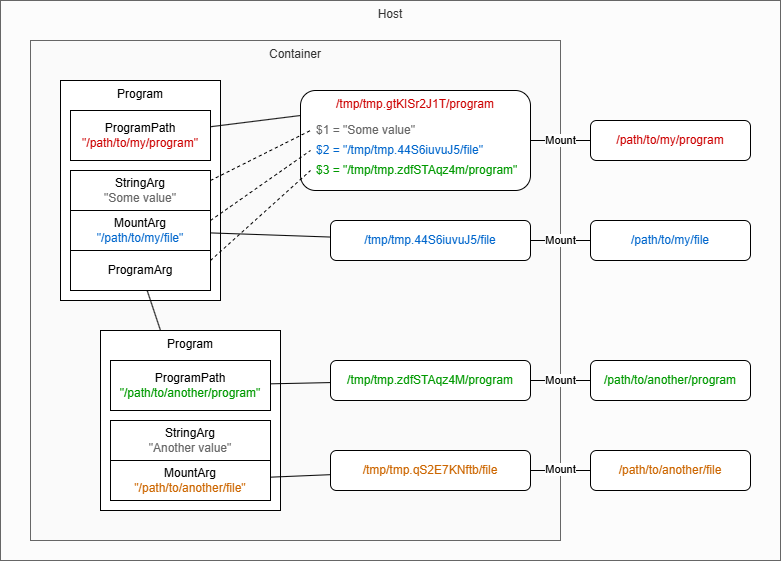
The draw.io diagram m2/doc/program.png in dstodev/factorio-server, before a commit. Source tidied: cells renumbered, new cells last; positions are measured from the earlier drawing's top-left corner, leaving out a move shared by most shapes.
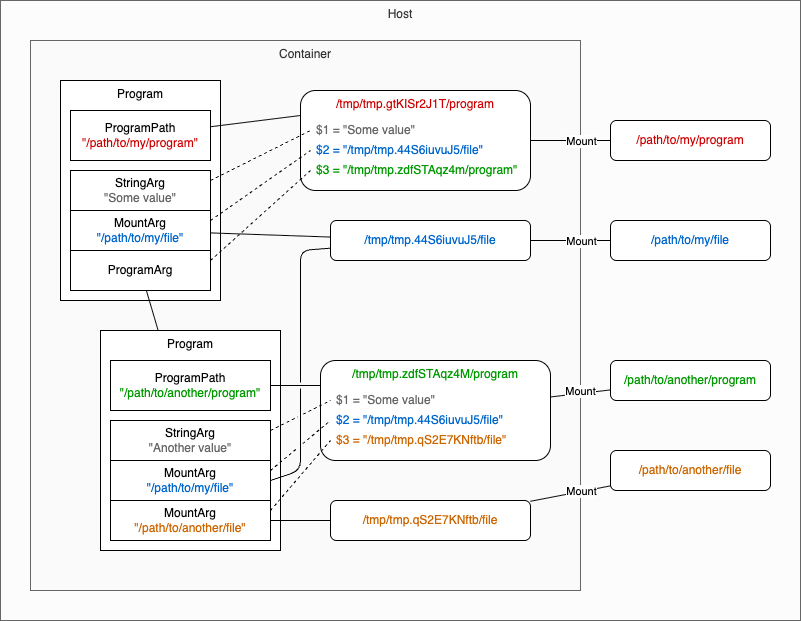
After the change.

What changed in the source:
```diff
@@ -3,16 +3,16 @@
     <mxCell id="0" />
     <mxCell id="1" parent="0" />
     <mxCell id="2" value="Host" style="rounded=0;whiteSpace=wrap;html=1;verticalAlign=top;fillColor=#FCFCFC;fontColor=#333333;strokeColor=#666666;" parent="1" vertex="1">
-      <mxGeometry width="780" height="560" as="geometry" />
+      <mxGeometry width="800" height="620" as="geometry" />
     </mxCell>
     <mxCell id="3" value="Container" style="rounded=0;whiteSpace=wrap;html=1;verticalAlign=top;fillColor=#FAFAFA;fontColor=#333333;strokeColor=#666666;" parent="1" vertex="1">
-      <mxGeometry x="30" y="40" width="530" height="500" as="geometry" />
+      <mxGeometry x="30" y="40" width="550" height="550" as="geometry" />
     </mxCell>
     <mxCell id="4" value="/path/to/my/file" style="rounded=1;whiteSpace=wrap;html=1;fontColor=#0066CC;" parent="1" vertex="1">
-      <mxGeometry x="590" y="220" width="160" height="40" as="geometry" />
+      <mxGeometry x="610" y="220" width="160" height="40" as="geometry" />
     </mxCell>
     <mxCell id="5" value="/path/to/another/program" style="rounded=1;whiteSpace=wrap;html=1;fontColor=#009900;" parent="1" vertex="1">
-      <mxGeometry x="590" y="360" width="160" height="40" as="geometry" />
+      <mxGeometry x="610" y="360" width="160" height="40" as="geometry" />
     </mxCell>
     <mxCell id="6" value="Program" style="rounded=0;whiteSpace=wrap;html=1;verticalAlign=top;" parent="1" vertex="1">
       <mxGeometry x="60" y="80" width="160" height="220" as="geometry" />
@@ -41,17 +41,17 @@
     <mxCell id="14" value="ProgramArg" style="rounded=0;whiteSpace=wrap;html=1;" parent="1" vertex="1">
       <mxGeometry x="70" y="250" width="140" height="40" as="geometry" />
     </mxCell>
-    <mxCell id="15" value="/tmp/tmp.zdfSTAqz4M/program" style="rounded=1;whiteSpace=wrap;html=1;fontColor=#009900;" parent="1" vertex="1">
-      <mxGeometry x="330" y="360" width="200" height="40" as="geometry" />
+    <mxCell id="15" value="/tmp/tmp.zdfSTAqz4M/program" style="rounded=1;whiteSpace=wrap;html=1;fontColor=#009900;verticalAlign=top;" parent="1" vertex="1">
+      <mxGeometry x="320" y="360" width="230" height="100" as="geometry" />
     </mxCell>
     <mxCell id="16" value="Program" style="rounded=0;whiteSpace=wrap;html=1;verticalAlign=top;" parent="1" vertex="1">
-      <mxGeometry x="100" y="330" width="180" height="180" as="geometry" />
+      <mxGeometry x="100" y="330" width="180" height="220" as="geometry" />
     </mxCell>
     <mxCell id="17" value="StringArg&lt;div&gt;&lt;font style=&quot;color: rgb(102, 102, 102);&quot;&gt;&quot;Another value&quot;&lt;/font&gt;&lt;/div&gt;" style="rounded=0;whiteSpace=wrap;html=1;" parent="1" vertex="1">
       <mxGeometry x="110" y="420" width="160" height="40" as="geometry" />
     </mxCell>
     <mxCell id="18" value="MountArg&lt;div&gt;&lt;font style=&quot;color: rgb(204, 102, 0);&quot;&gt;&quot;/path/to/another/file&quot;&lt;/font&gt;&lt;/div&gt;" style="rounded=0;whiteSpace=wrap;html=1;" parent="1" vertex="1">
-      <mxGeometry x="110" y="460" width="160" height="40" as="geometry" />
+      <mxGeometry x="110" y="500" width="160" height="40" as="geometry" />
     </mxCell>
     <mxCell id="19" value="ProgramPath&lt;div&gt;&lt;font style=&quot;color: rgb(0, 153, 0);&quot;&gt;&quot;/path/to/another/program&quot;&lt;/font&gt;&lt;/div&gt;" style="rounded=0;whiteSpace=wrap;html=1;" parent="1" vertex="1">
       <mxGeometry x="110" y="360" width="160" height="50" as="geometry" />
@@ -62,21 +62,21 @@
     <mxCell id="21" style="endArrow=none;html=1;" parent="1" edge="1" source="18" target="24">
       <mxGeometry relative="1" as="geometry" />
     </mxCell>
-    <mxCell id="22" style="endArrow=none;html=1;" parent="1" edge="1" source="19" target="15">
+    <mxCell id="22" style="endArrow=none;html=1;entryX=0;entryY=0.25;entryDx=0;entryDy=0;" parent="1" edge="1" source="19" target="15">
       <mxGeometry relative="1" as="geometry" />
     </mxCell>
     <mxCell id="23" value="/path/to/another/file" style="rounded=1;whiteSpace=wrap;html=1;fontColor=#CC6600;" parent="1" vertex="1">
-      <mxGeometry x="590" y="450" width="160" height="40" as="geometry" />
+      <mxGeometry x="610" y="450" width="160" height="40" as="geometry" />
     </mxCell>
     <mxCell id="24" value="/tmp/tmp.qS2E7KNftb/file" style="rounded=1;whiteSpace=wrap;html=1;fontColor=#CC6600;" parent="1" vertex="1">
-      <mxGeometry x="330" y="450" width="200" height="40" as="geometry" />
+      <mxGeometry x="330" y="500" width="200" height="40" as="geometry" />
     </mxCell>
     <mxCell id="25" style="endArrow=none;html=1;" parent="1" edge="1" source="24" target="23">
       <mxGeometry relative="1" as="geometry" />
     </mxCell>
     <mxCell id="26" value="Mount" style="edgeLabel;html=1;align=center;verticalAlign=middle;" parent="25" vertex="1">
       <mxGeometry x="-0.46" y="1" relative="1" as="geometry">
-        <mxPoint x="14" as="offset" />
+        <mxPoint x="29" y="-5" as="offset" />
       </mxGeometry>
     </mxCell>
     <mxCell id="27" style="endArrow=none;html=1;" parent="1" edge="1" source="12" target="33">
@@ -84,7 +84,7 @@
     </mxCell>
     <mxCell id="28" value="Mount" style="edgeLabel;html=1;align=center;verticalAlign=middle;" parent="27" vertex="1">
       <mxGeometry x="-0.24" relative="1" as="geometry">
-        <mxPoint x="7" as="offset" />
+        <mxPoint x="19" as="offset" />
       </mxGeometry>
     </mxCell>
     <mxCell id="29" style="endArrow=none;html=1;" parent="1" edge="1" source="9" target="4">
@@ -92,7 +92,7 @@
     </mxCell>
     <mxCell id="30" value="Mount" style="edgeLabel;html=1;align=center;verticalAlign=middle;" parent="29" vertex="1">
       <mxGeometry x="-0.21" y="2" relative="1" as="geometry">
-        <mxPoint x="6" y="2" as="offset" />
+        <mxPoint x="18" y="2" as="offset" />
       </mxGeometry>
     </mxCell>
     <mxCell id="31" style="endArrow=none;html=1;" parent="1" edge="1" source="15" target="5">
@@ -100,11 +100,11 @@
     </mxCell>
     <mxCell id="32" value="Mount" style="edgeLabel;html=1;align=center;verticalAlign=middle;" parent="31" vertex="1">
       <mxGeometry x="-0.39" relative="1" as="geometry">
-        <mxPoint x="12" as="offset" />
+        <mxPoint x="12" y="-4" as="offset" />
       </mxGeometry>
     </mxCell>
     <mxCell id="33" value="&lt;font style=&quot;color: rgb(204, 0, 0);&quot;&gt;/path/to/my/program&lt;/font&gt;" style="rounded=1;whiteSpace=wrap;html=1;" parent="1" vertex="1">
-      <mxGeometry x="590" y="120" width="160" height="40" as="geometry" />
+      <mxGeometry x="610" y="120" width="160" height="40" as="geometry" />
     </mxCell>
     <mxCell id="34" style="swimlane;fontStyle=0;horizontal=1;startSize=0;whiteSpace=wrap;html=1;strokeColor=none;" parent="1" vertex="1">
       <mxGeometry x="310" y="120" width="220" height="60" as="geometry" />
@@ -127,5 +127,34 @@
     <mxCell id="40" style="endArrow=none;dashed=1;html=1;exitX=1;exitY=0.25;exitDx=0;exitDy=0;entryX=0;entryY=0.5;entryDx=0;entryDy=0;" parent="1" edge="1" source="14" target="37">
       <mxGeometry relative="1" as="geometry" />
     </mxCell>
+    <mxCell id="41" value="MountArg&lt;div&gt;&lt;font style=&quot;color: rgb(0, 102, 204);&quot;&gt;&quot;/path/to/my/file&quot;&lt;/font&gt;&lt;/div&gt;" style="rounded=0;whiteSpace=wrap;html=1;" parent="1" vertex="1">
+      <mxGeometry x="110" y="460" width="160" height="40" as="geometry" />
+    </mxCell>
+    <mxCell id="42" style="endArrow=none;html=1;exitX=1;exitY=0.5;exitDx=0;exitDy=0;jumpStyle=gap;" parent="1" edge="1" source="41" target="9">
+      <mxGeometry relative="1" as="geometry">
+        <Array as="points">
+          <mxPoint x="300" y="470" />
+          <mxPoint x="300" y="250" />
+        </Array>
+      </mxGeometry>
+    </mxCell>
+    <mxCell id="43" value="&lt;font style=&quot;color: rgb(102, 102, 102);&quot;&gt;$1 = &quot;Some value&quot;&lt;/font&gt;" style="text;strokeColor=none;fillColor=none;align=left;verticalAlign=middle;spacingLeft=4;spacingRight=4;overflow=hidden;points=[[0,0.5],[1,0.5]];portConstraint=eastwest;whiteSpace=wrap;html=1;" parent="1" vertex="1">
+      <mxGeometry x="330" y="390" width="220" height="20" as="geometry" />
+    </mxCell>
+    <mxCell id="44" value="&lt;font style=&quot;color: rgb(0, 102, 204);&quot;&gt;$2 = &quot;/tmp/tmp.44S6iuvuJ5/file&quot;&lt;/font&gt;" style="text;strokeColor=none;fillColor=none;align=left;verticalAlign=middle;spacingLeft=4;spacingRight=4;overflow=hidden;points=[[0,0.5],[1,0.5]];portConstraint=eastwest;whiteSpace=wrap;html=1;" parent="1" vertex="1">
+      <mxGeometry x="330" y="410" width="220" height="20" as="geometry" />
+    </mxCell>
+    <mxCell id="45" value="&lt;font style=&quot;color: rgb(204, 102, 0);&quot;&gt;$3 = &quot;&lt;span style=&quot;text-align: center; color: rgb(204, 102, 0);&quot;&gt;/tmp/&lt;/span&gt;&lt;span style=&quot;text-align: center; color: rgb(204, 102, 0);&quot;&gt;&lt;font style=&quot;color: rgb(204, 102, 0);&quot;&gt;tmp&lt;/font&gt;&lt;/span&gt;&lt;span style=&quot;text-align: center; color: rgb(204, 102, 0);&quot;&gt;.qS2E7KNftb/file&lt;/span&gt;&quot;&lt;/font&gt;" style="text;strokeColor=none;fillColor=none;align=left;verticalAlign=middle;spacingLeft=4;spacingRight=4;overflow=hidden;points=[[0,0.5],[1,0.5]];portConstraint=eastwest;whiteSpace=wrap;html=1;fontColor=#009900;" parent="1" vertex="1">
+      <mxGeometry x="330" y="430" width="220" height="20" as="geometry" />
+    </mxCell>
+    <mxCell id="46" style="endArrow=none;dashed=1;html=1;entryX=0;entryY=0.5;entryDx=0;entryDy=0;exitX=1;exitY=0.25;exitDx=0;exitDy=0;" parent="1" edge="1" source="18" target="45">
+      <mxGeometry relative="1" as="geometry" />
+    </mxCell>
+    <mxCell id="47" style="endArrow=none;dashed=1;html=1;entryX=0;entryY=0.5;entryDx=0;entryDy=0;exitX=1;exitY=0.25;exitDx=0;exitDy=0;jumpStyle=gap;" parent="1" edge="1" source="17" target="43">
+      <mxGeometry relative="1" as="geometry" />
+    </mxCell>
+    <mxCell id="48" style="endArrow=none;dashed=1;html=1;entryX=0;entryY=0.5;entryDx=0;entryDy=0;exitX=1;exitY=0.25;exitDx=0;exitDy=0;jumpStyle=gap;" parent="1" edge="1" source="41" target="44">
+      <mxGeometry relative="1" as="geometry" />
+    </mxCell>
   </root>
 </mxGraphModel>
```
